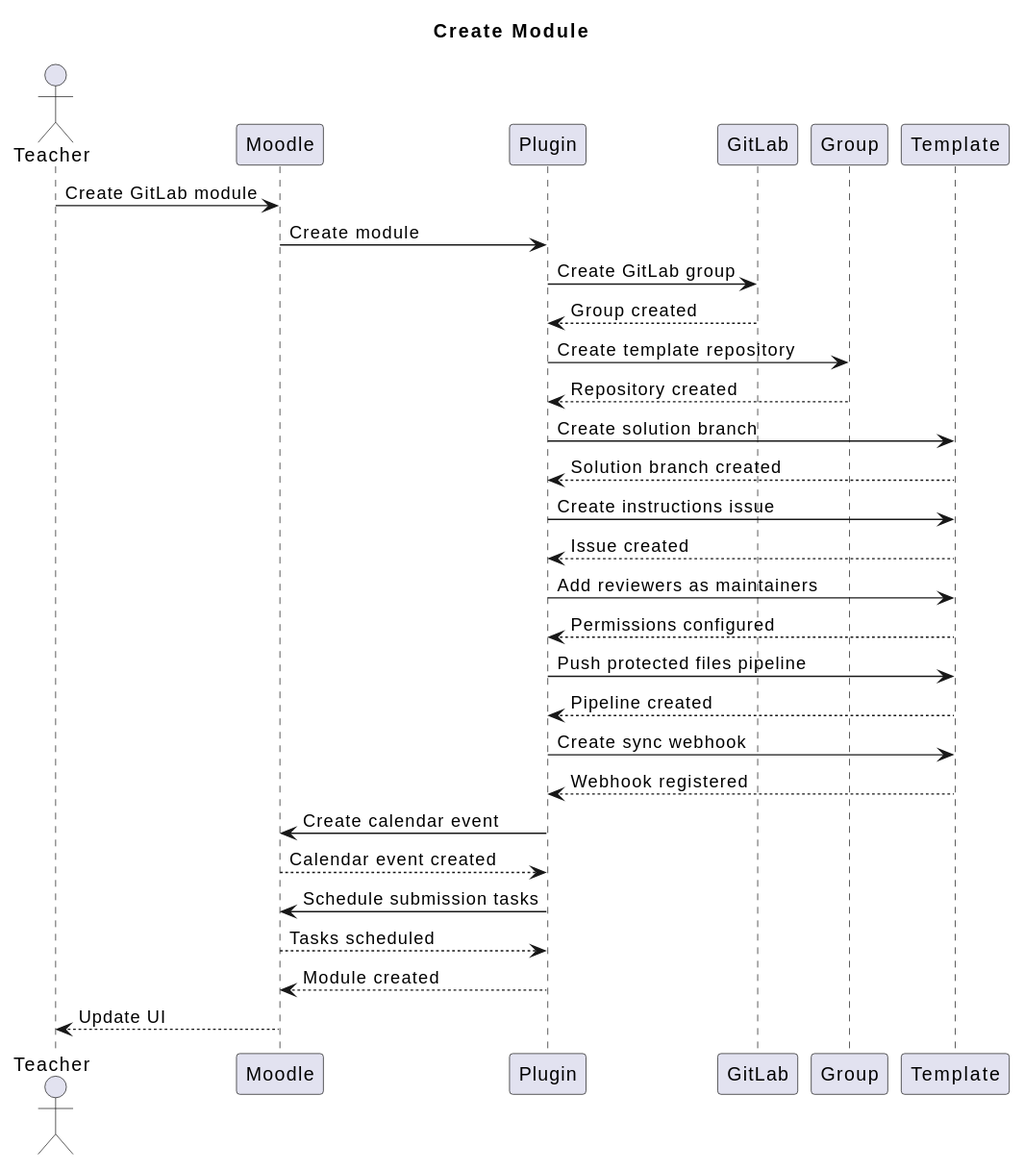
LeonardJouve/moodle-gitlab-integration keeps this PlantUML diagram as docs/report/images/flow_create_module.svg. Above is the earlier version.
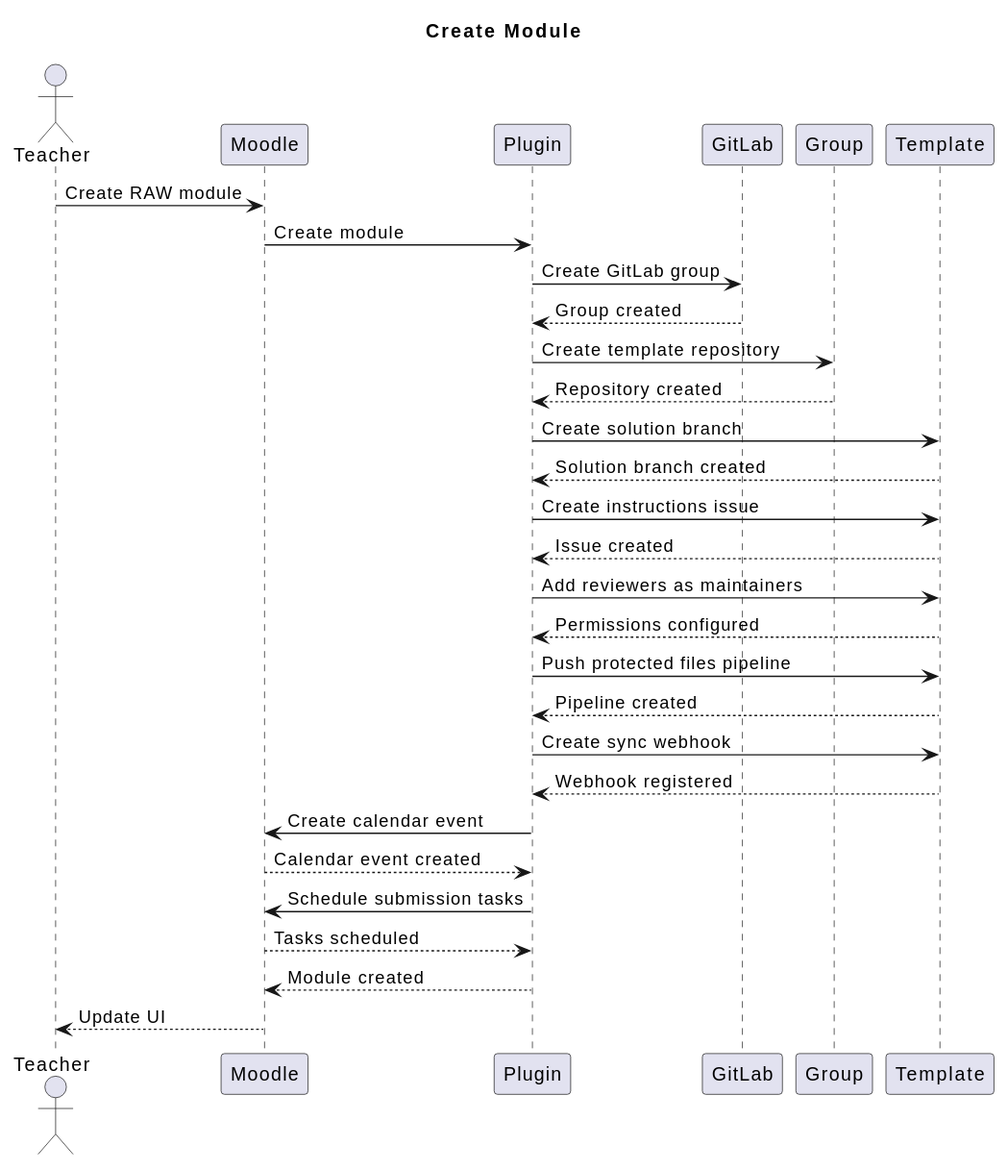
Later version of the same file.

What changed in the source:
```diff
@@ -8,7 +8,7 @@
 participant Group
 participant Template
 
-Teacher -> Moodle: Create GitLab module
+Teacher -> Moodle: Create RAW module
 Moodle -> Plugin: Create module
 
 Plugin -> GitLab: Create GitLab group
```
